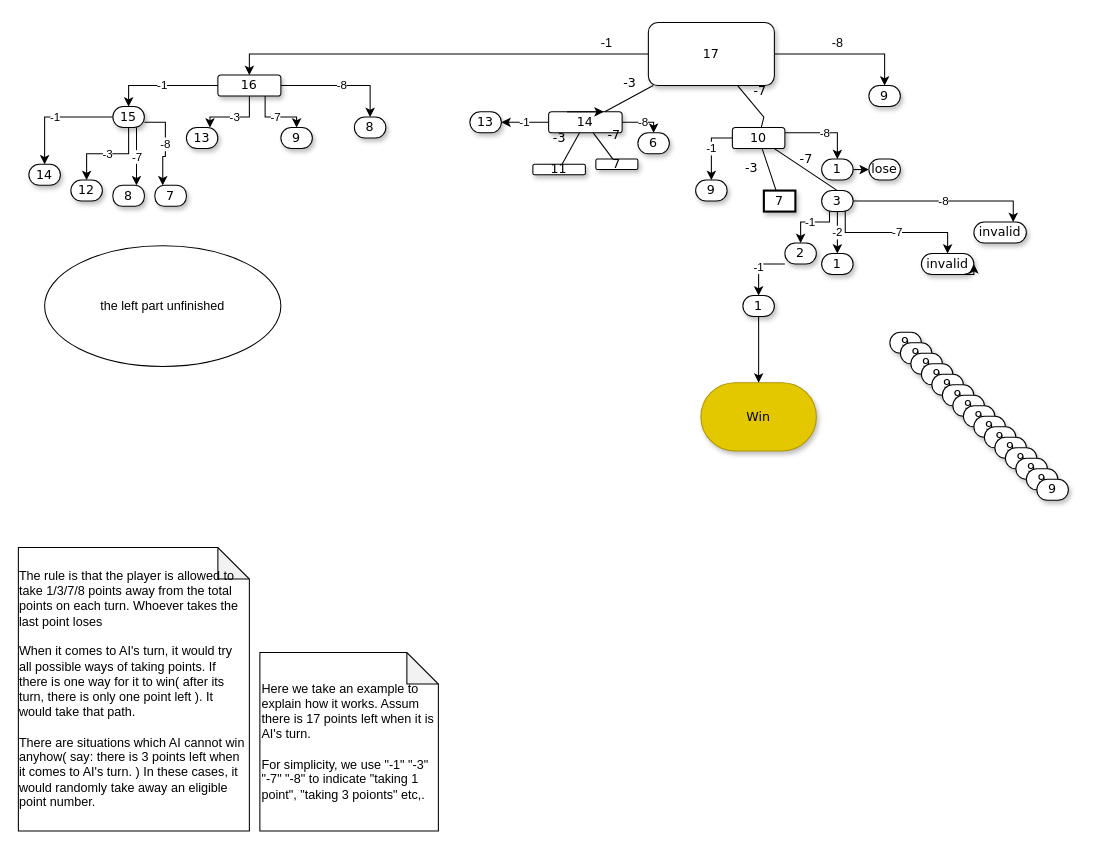
SabrinaWong0105/AI_minMax keeps this draw.io diagram as Untitled Diagram.drawio. Above is the earlier version. Source tidied: cells renumbered, new cells numbered last; positions are measured from the earlier drawing's top-left corner, leaving out a move shared by most shapes. Both pictures are drawn from the tidied source at 105%, with x=0, y=0 at pixel (18, 22).
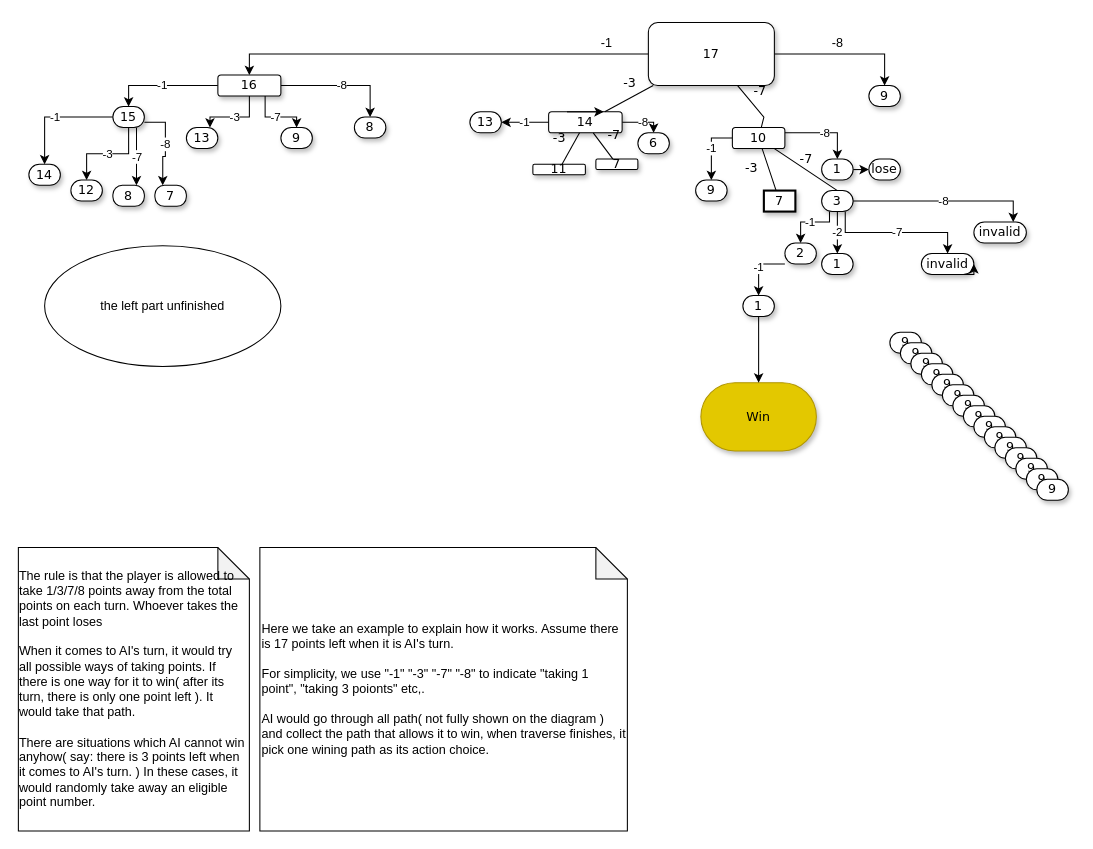
The same page after the edit.

Commit message:
complementation and grammar correction

Diff of the diagram source:
```diff
@@
-    <mxCell id="21" value="Here we take an example to explain how it works. Assum there is 17 points left when it is AI's turn.&lt;br&gt;&lt;br&gt;For simplicity, we use &quot;-1&quot; &quot;-3&quot; &quot;-7&quot; &quot;-8&quot; to indicate &quot;taking 1 point&quot;, &quot;taking 3 poionts&quot; etc,." style="shape=note;whiteSpace=wrap;html=1;backgroundOutline=1;darkOpacity=0.05;align=left;" parent="1" vertex="1">
-      <mxGeometry x="230" y="600" width="170" height="170" as="geometry" />
+    <mxCell id="21" value="Here we take an example to explain how it works. Assume there is 17 points left when it is AI's turn.&lt;br&gt;&lt;br&gt;For simplicity, we use &quot;-1&quot; &quot;-3&quot; &quot;-7&quot; &quot;-8&quot; to indicate &quot;taking 1 point&quot;, &quot;taking 3 poionts&quot; etc,.&lt;br&gt;&lt;br&gt;AI would go through all path( not fully shown on the diagram ) and collect the path that allows it to win, when traverse finishes, it pick one wining path as its action choice." style="shape=note;whiteSpace=wrap;html=1;backgroundOutline=1;darkOpacity=0.05;align=left;" parent="1" vertex="1">
+      <mxGeometry x="230" y="500" width="350" height="270" as="geometry" />
     </mxCell>
```
